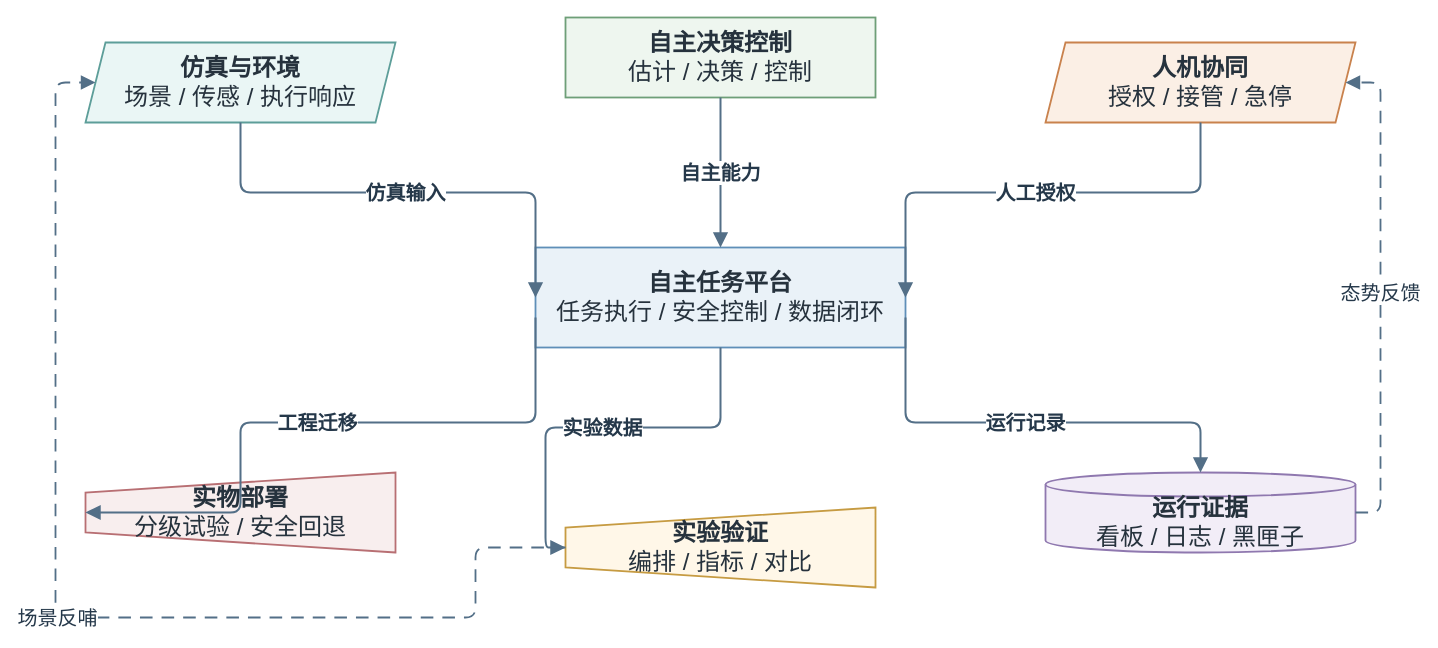
This is thesis/figures/architecture/auv_system_capability_map.drawio from 360ZMEM/AUV-Master-Mag, a draw.io file, before an edit. Source tidied: cells renumbered, new cells numbered last; positions are measured from the earlier drawing's top-left corner, leaving out a move shared by most shapes. Both pictures are drawn from the tidied source at 100%, with x=0, y=0 at pixel (55, 17).
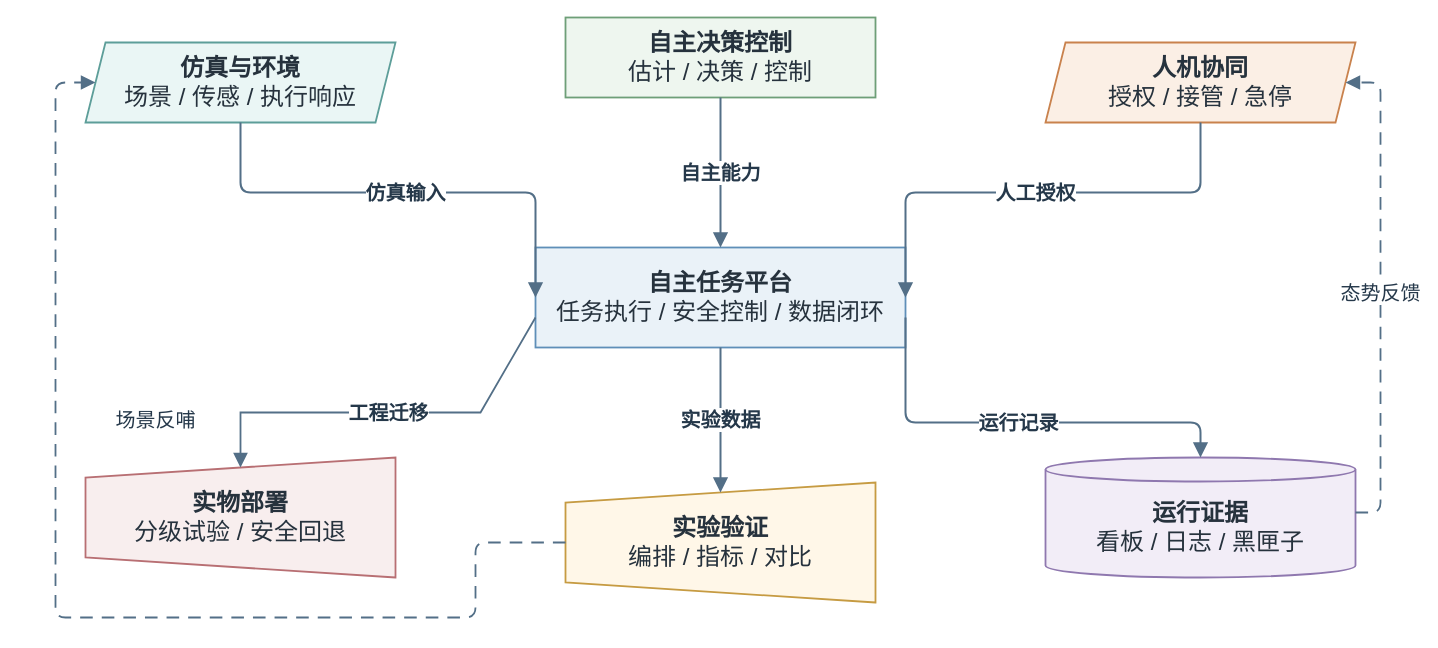
The same diagram, later.

Unchanged cells that the change refers to:
```xml
<mxCell id="2" value="&lt;b&gt;自主任务平台&lt;/b&gt;&lt;br&gt;任务执行 / 安全控制 / 数据闭环" style="rounded=0;whiteSpace=wrap;html=1;align=center;verticalAlign=middle;fillColor=#EAF2F8;strokeColor=#5F8FB8;strokeWidth=1.8;spacing=8;fontFamily=Songti SC;fontSize=24;fontColor=#26323D;" parent="1" vertex="1">
  <mxGeometry x="480" y="230" width="370" height="100" as="geometry" />
</mxCell>
<mxCell id="3" value="&lt;b&gt;仿真与环境&lt;/b&gt;&lt;br&gt;场景 / 传感 / 执行响应" style="shape=parallelogram;perimeter=parallelogramPerimeter;fixedSize=1;whiteSpace=wrap;html=1;align=center;verticalAlign=middle;fillColor=#EAF6F5;strokeColor=#5D9E99;strokeWidth=1.8;spacing=8;fontFamily=Songti SC;fontSize=24;fontColor=#26323D;" parent="1" vertex="1">
  <mxGeometry x="30" y="25" width="310" height="80" as="geometry" />
</mxCell>
```

What changed in the source:
```diff
@@
     <mxCell id="6" value="&lt;b&gt;实物部署&lt;/b&gt;&lt;br&gt;分级试验 / 安全回退" style="shape=trapezoid;perimeter=trapezoidPerimeter;fixedSize=1;direction=north;whiteSpace=wrap;html=1;align=center;verticalAlign=middle;fillColor=#F8EEEE;strokeColor=#B86F73;strokeWidth=1.8;spacing=8;fontFamily=Songti SC;fontSize=24;fontColor=#26323D;" parent="1" vertex="1">
-      <mxGeometry x="30" y="455" width="310" height="80" as="geometry" />
+      <mxGeometry x="30" y="440" width="310" height="120" as="geometry" />
     </mxCell>
     <mxCell id="7" value="&lt;b&gt;实验验证&lt;/b&gt;&lt;br&gt;编排 / 指标 / 对比" style="shape=trapezoid;perimeter=trapezoidPerimeter;fixedSize=1;direction=north;whiteSpace=wrap;html=1;align=center;verticalAlign=middle;fillColor=#FFF7E8;strokeColor=#C69B42;strokeWidth=1.8;spacing=8;fontFamily=Songti SC;fontSize=24;fontColor=#26323D;" parent="1" vertex="1">
-      <mxGeometry x="510" y="490" width="310" height="80" as="geometry" />
+      <mxGeometry x="510" y="465" width="310" height="120" as="geometry" />
     </mxCell>
     <mxCell id="8" value="&lt;b&gt;运行证据&lt;/b&gt;&lt;br&gt;看板 / 日志 / 黑匣子" style="shape=cylinder3;boundedLbl=1;backgroundOutline=1;size=12;whiteSpace=wrap;html=1;align=center;verticalAlign=middle;fillColor=#F2EDF7;strokeColor=#8F78AF;strokeWidth=1.8;spacing=8;fontFamily=Songti SC;fontSize=24;fontColor=#26323D;" parent="1" vertex="1">
-      <mxGeometry x="990" y="455" width="310" height="80" as="geometry" />
+      <mxGeometry x="990" y="440" width="310" height="120" as="geometry" />
     </mxCell>
@@
-    <mxCell id="12" value="工程迁移" style="edgeStyle=orthogonalEdgeStyle;rounded=1;jettySize=auto;html=1;strokeColor=#536F87;strokeWidth=2.0;fontFamily=Songti SC;fontSize=20;fontStyle=1;fontColor=#25384A;labelBackgroundColor=#FFFFFF;labelBorderColor=none;endArrow=block;endFill=1;endSize=10;exitX=0;exitY=0.7;entryX=0.5;entryY=0;" parent="1" edge="1" source="2" target="6">
+    <mxCell id="12" value="工程迁移" style="edgeStyle=none;rounded=0;jettySize=10;html=1;strokeColor=#536F87;strokeWidth=1.8;fontFamily=Songti SC;fontSize=20;fontColor=#25384A;labelBackgroundColor=#FFFFFF;labelBorderColor=none;endArrow=block;endFill=1;endSize=10;fontStyle=1;exitX=0;exitY=0.7;entryX=0.9166666667;entryY=0.5;entryPerimeter=0;" parent="1" edge="1" source="2" target="6">
       <mxGeometry relative="1" as="geometry">
         <Array as="points">
-          <mxPoint x="480" y="405" />
-          <mxPoint x="185" y="405" />
+          <mxPoint x="425" y="395" />
+          <mxPoint x="185" y="395" />
         </Array>
       </mxGeometry>
     </mxCell>
-    <mxCell id="13" value="实验数据" style="edgeStyle=orthogonalEdgeStyle;rounded=1;jettySize=auto;html=1;strokeColor=#536F87;strokeWidth=2.0;fontFamily=Songti SC;fontSize=20;fontStyle=1;fontColor=#25384A;labelBackgroundColor=#FFFFFF;labelBorderColor=none;endArrow=block;endFill=1;endSize=10;exitX=0.5;exitY=1;entryX=0.5;entryY=0;" parent="1" edge="1" source="2" target="7">
+    <mxCell id="13" value="实验数据" style="edgeStyle=orthogonalEdgeStyle;rounded=1;jettySize=auto;html=1;strokeColor=#536F87;strokeWidth=2.0;fontFamily=Songti SC;fontSize=20;fontStyle=1;fontColor=#25384A;labelBackgroundColor=#FFFFFF;labelBorderColor=none;endArrow=block;endFill=1;endSize=10;exitX=0.5;exitY=1;entryX=0.9166666667;entryY=0.5;entryPerimeter=0;" parent="1" edge="1" source="2" target="7">
       <mxGeometry relative="1" as="geometry" />
     </mxCell>
@@
     <mxCell id="15" value="场景反哺" style="edgeStyle=orthogonalEdgeStyle;rounded=1;jettySize=auto;html=1;strokeColor=#536F87;strokeWidth=1.8;fontFamily=Songti SC;fontSize=20;fontColor=#25384A;labelBackgroundColor=#FFFFFF;labelBorderColor=none;endArrow=block;endFill=1;endSize=10;dashed=1;dashPattern=7 5;exitX=0;entryX=0;" parent="1" edge="1" source="7" target="3">
-      <mxGeometry relative="1" as="geometry">
+      <mxGeometry x="0.35" y="-100" relative="1" as="geometry">
         <Array as="points">
           <mxPoint x="420" y="600" />
           <mxPoint y="600" />
           <mxPoint y="65" />
         </Array>
       </mxGeometry>
     </mxCell>
```
